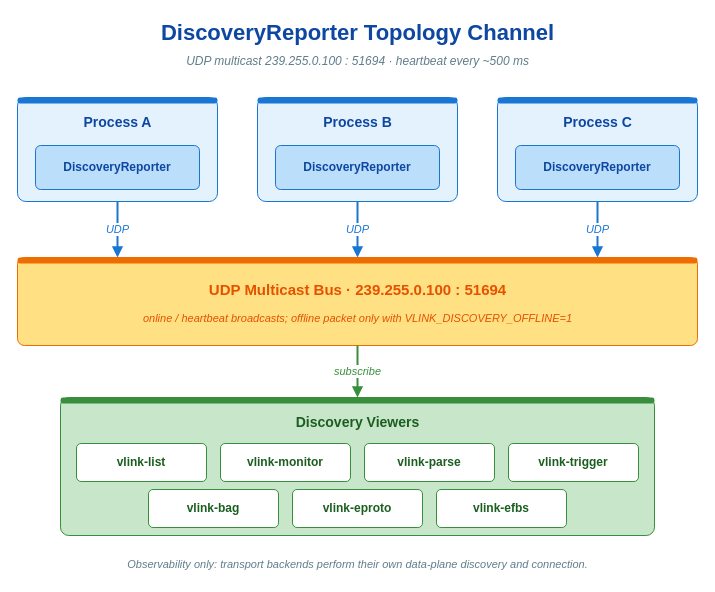
thun-res/vlink keeps this draw.io diagram as doc/images/discovery-network.drawio. Above is the earlier version. Source tidied: cells renumbered, new cells numbered last; positions are measured from the earlier drawing's top-left corner, leaving out a move shared by most shapes. Both pictures are drawn from the tidied source at 100%, with x=0, y=0 at pixel (17, 17).
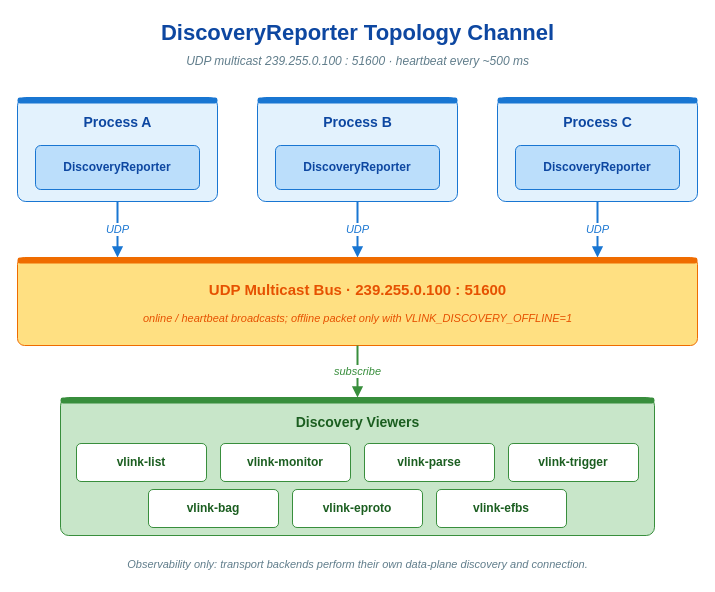
Above is the later version.

Commit message (it also covers changes not shown here):
feat(extension): move the discovery base port to 51600

Diff of the diagram source:
```diff
@@
-    <mxCell id="3" value="UDP multicast 239.255.0.100 : 51694  ·  heartbeat every ~500 ms" style="text;html=1;align=center;verticalAlign=middle;strokeColor=none;fillColor=none;fontFamily=Helvetica;fontSize=12;fontStyle=2;fontColor=#607d8b;" parent="1" vertex="1">
+    <mxCell id="3" value="UDP multicast 239.255.0.100 : 51600  ·  heartbeat every ~500 ms" style="text;html=1;align=center;verticalAlign=middle;strokeColor=none;fillColor=none;fontFamily=Helvetica;fontSize=12;fontStyle=2;fontColor=#607d8b;" parent="1" vertex="1">
       <mxGeometry y="34" width="680" height="20" as="geometry" />
     </mxCell>
@@
-    <mxCell id="21" value="UDP Multicast Bus  ·  239.255.0.100 : 51694" style="text;html=1;align=center;verticalAlign=middle;strokeColor=none;fillColor=none;fontFamily=Helvetica;fontSize=15;fontStyle=1;fontColor=#e65100;" parent="1" vertex="1">
+    <mxCell id="21" value="UDP Multicast Bus  ·  239.255.0.100 : 51600" style="text;html=1;align=center;verticalAlign=middle;strokeColor=none;fillColor=none;fontFamily=Helvetica;fontSize=15;fontStyle=1;fontColor=#e65100;" parent="1" vertex="1">
       <mxGeometry y="260" width="680" height="24" as="geometry" />
     </mxCell>
```
